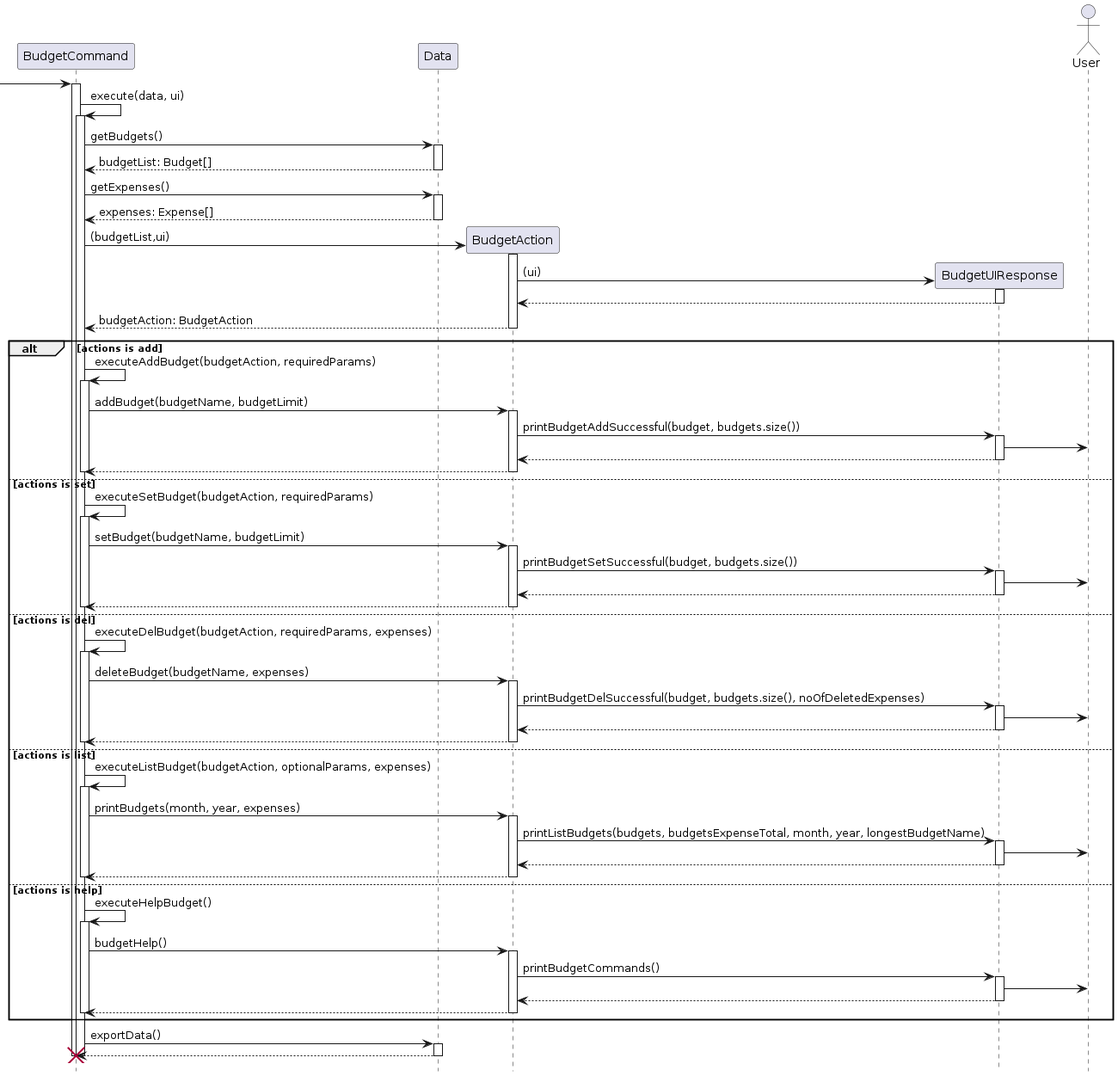
Earlier version of the PlantUML export docs/images/BudgetCommandSequence.png (stephenkyang/tp).
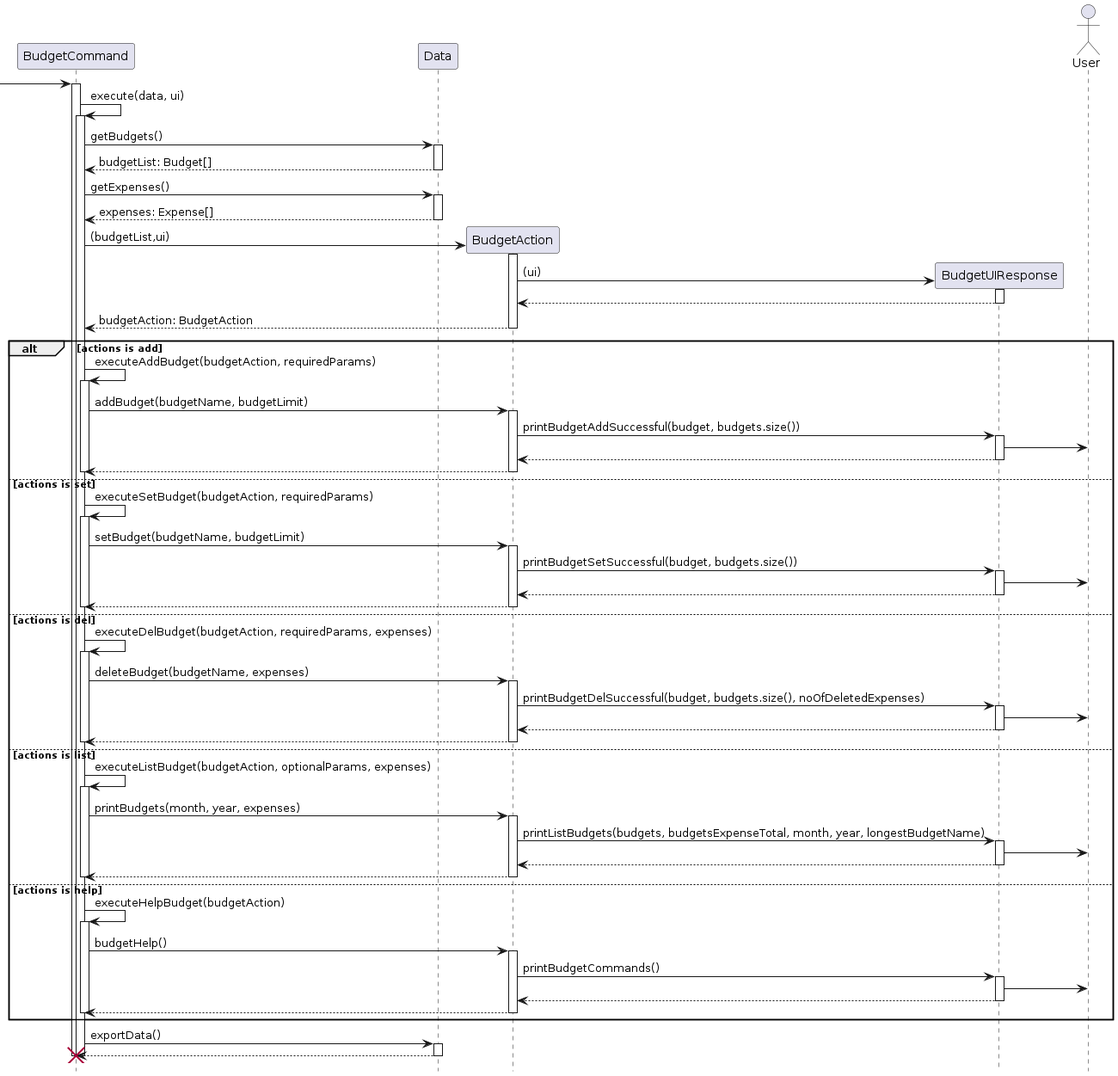
After the change.

Commit message:
Update Sequence Diagrams and align coding conventions

Diff of the diagram source:
```diff
@@ -88,7 +88,7 @@
 deactivate "BudgetCommand"
 
 else actions is help
-"BudgetCommand" -> "BudgetCommand": executeHelpBudget()
+"BudgetCommand" -> "BudgetCommand": executeHelpBudget(budgetAction)
 activate "BudgetCommand"
 "BudgetCommand" -> "BudgetAction" : budgetHelp()
 activate "BudgetAction"
```
